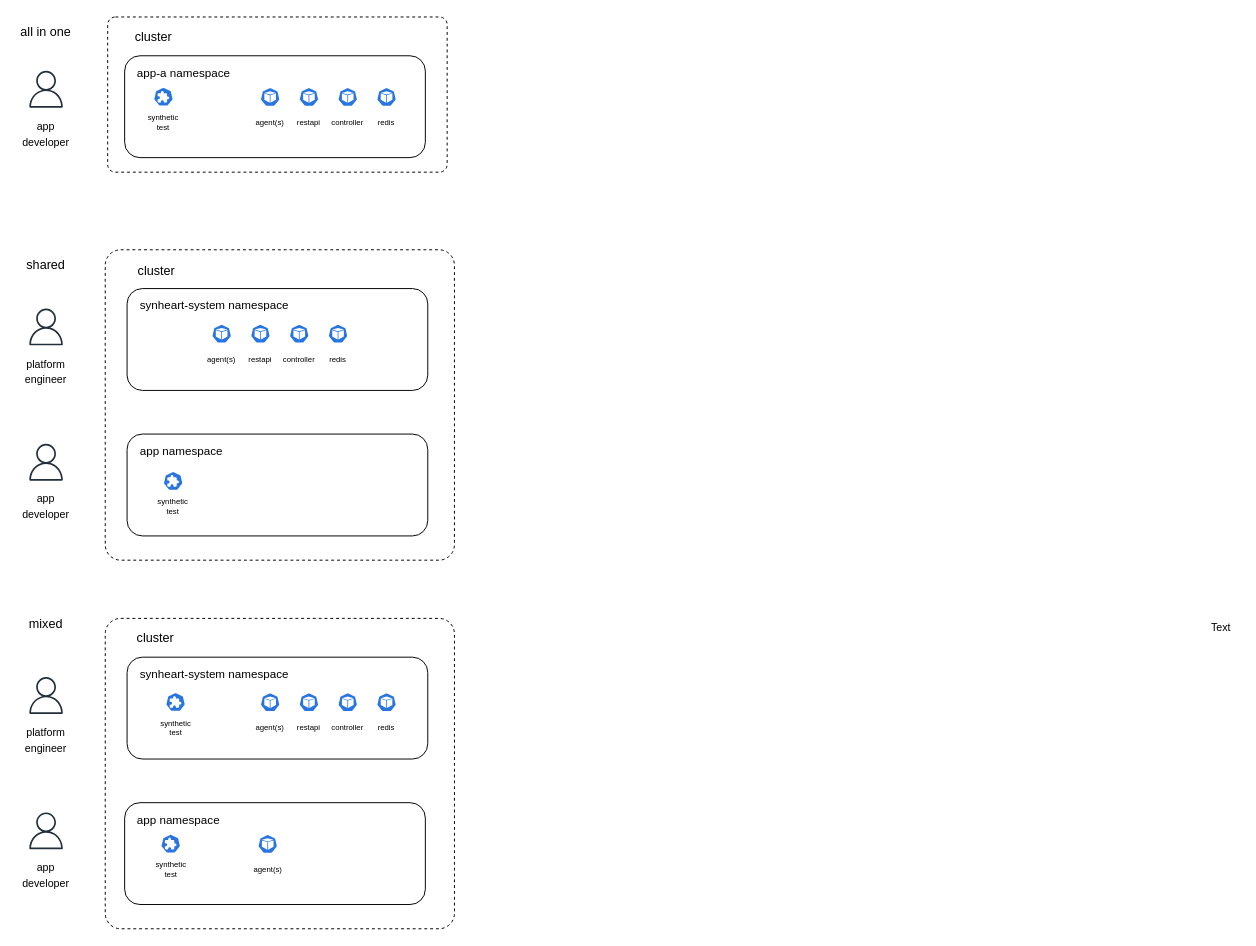
The draw.io diagram docs/synthetic-heart-deploy-use-case.drawio in cisco-open/synthetic-heart, before the edit. Source tidied: cells renumbered, new cells numbered last; positions are measured from the earlier drawing's top-left corner, leaving out a move shared by most shapes. Both pictures are drawn from the tidied source at 97%, with x=0, y=0 at pixel (16, 16).
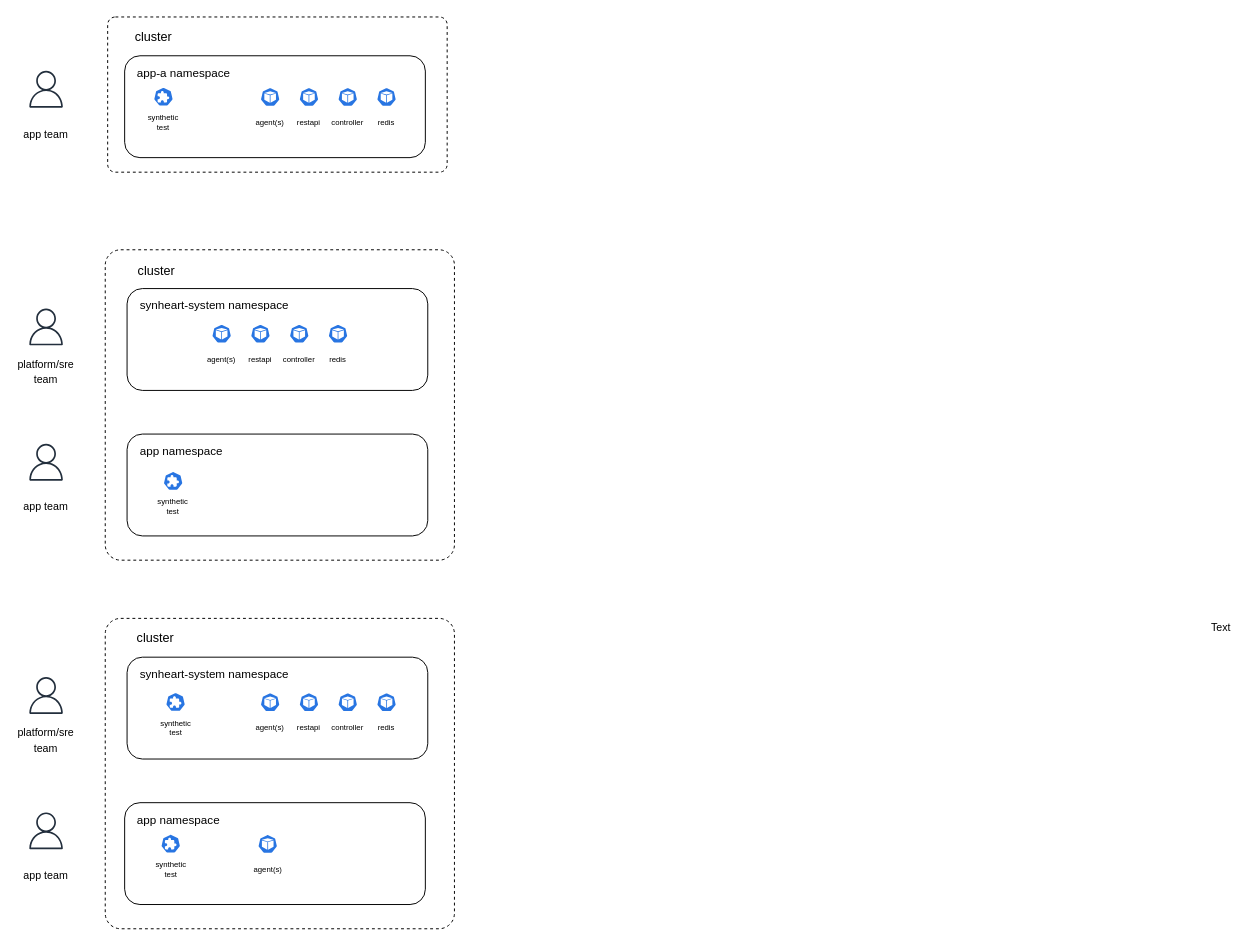
After the change.

Unchanged cells that the change refers to:
```xml
<mxCell id="34" style="group;" parent="1" vertex="1">
  <mxGeometry y="55.5" width="60" height="79" as="geometry" />
</mxCell>
<mxCell id="49" style="group;" parent="1" vertex="1">
  <mxGeometry y="300.5" width="60" height="79" as="geometry" />
</mxCell>
<mxCell id="52" style="group;" parent="1" vertex="1">
  <mxGeometry y="440" width="60" height="79" as="geometry" />
</mxCell>
<mxCell id="73" style="group;" parent="1" vertex="1">
  <mxGeometry y="680.5" width="60" height="79" as="geometry" />
</mxCell>
<mxCell id="76" style="group;" parent="1" vertex="1">
  <mxGeometry y="820" width="60" height="79" as="geometry" />
</mxCell>
```

The edit, as a diff of the source:
```diff
@@
-    <mxCell id="33" value="&lt;font style=&quot;font-size: 13px;&quot;&gt;all in one&lt;/font&gt;" style="text;html=1;strokeColor=none;fillColor=none;align=center;verticalAlign=middle;whiteSpace=wrap;rounded=0;fontSize=8;" parent="1" vertex="1">
-      <mxGeometry width="60" height="30" as="geometry" />
-    </mxCell>
@@
-    <mxCell id="36" value="&lt;font style=&quot;font-size: 11px;&quot;&gt;app developer&lt;/font&gt;" style="text;html=1;strokeColor=none;fillColor=none;align=center;verticalAlign=middle;whiteSpace=wrap;rounded=0;fontSize=13;" parent="34" vertex="1">
+    <mxCell id="36" value="&lt;font style=&quot;font-size: 11px;&quot;&gt;app team&lt;/font&gt;" style="text;html=1;strokeColor=none;fillColor=none;align=center;verticalAlign=middle;whiteSpace=wrap;rounded=0;fontSize=13;" parent="34" vertex="1">
       <mxGeometry y="49" width="60" height="30" as="geometry" />
     </mxCell>
@@
-    <mxCell id="51" value="&lt;font style=&quot;font-size: 11px;&quot;&gt;platform engineer&lt;/font&gt;" style="text;html=1;strokeColor=none;fillColor=none;align=center;verticalAlign=middle;whiteSpace=wrap;rounded=0;fontSize=13;" parent="49" vertex="1">
+    <mxCell id="51" value="&lt;font style=&quot;font-size: 11px;&quot;&gt;platform/sre team&lt;/font&gt;" style="text;html=1;strokeColor=none;fillColor=none;align=center;verticalAlign=middle;whiteSpace=wrap;rounded=0;fontSize=13;" parent="49" vertex="1">
       <mxGeometry y="49" width="60" height="30" as="geometry" />
     </mxCell>
@@
-    <mxCell id="54" value="&lt;font style=&quot;font-size: 11px;&quot;&gt;app developer&lt;/font&gt;" style="text;html=1;strokeColor=none;fillColor=none;align=center;verticalAlign=middle;whiteSpace=wrap;rounded=0;fontSize=13;" parent="52" vertex="1">
+    <mxCell id="54" value="&lt;font style=&quot;font-size: 11px;&quot;&gt;app team&lt;/font&gt;" style="text;html=1;strokeColor=none;fillColor=none;align=center;verticalAlign=middle;whiteSpace=wrap;rounded=0;fontSize=13;" parent="52" vertex="1">
       <mxGeometry y="49" width="60" height="30" as="geometry" />
     </mxCell>
@@
-    <mxCell id="75" value="&lt;font style=&quot;font-size: 11px;&quot;&gt;platform engineer&lt;/font&gt;" style="text;html=1;strokeColor=none;fillColor=none;align=center;verticalAlign=middle;whiteSpace=wrap;rounded=0;fontSize=13;" parent="73" vertex="1">
+    <mxCell id="75" value="&lt;span style=&quot;font-size: 11px;&quot;&gt;platform/sre team&lt;/span&gt;" style="text;html=1;strokeColor=none;fillColor=none;align=center;verticalAlign=middle;whiteSpace=wrap;rounded=0;fontSize=13;" parent="73" vertex="1">
       <mxGeometry y="49" width="60" height="30" as="geometry" />
     </mxCell>
@@
-    <mxCell id="78" value="&lt;font style=&quot;font-size: 11px;&quot;&gt;app developer&lt;/font&gt;" style="text;html=1;strokeColor=none;fillColor=none;align=center;verticalAlign=middle;whiteSpace=wrap;rounded=0;fontSize=13;" parent="76" vertex="1">
+    <mxCell id="78" value="&lt;span style=&quot;font-size: 11px;&quot;&gt;app team&lt;/span&gt;" style="text;html=1;strokeColor=none;fillColor=none;align=center;verticalAlign=middle;whiteSpace=wrap;rounded=0;fontSize=13;" parent="76" vertex="1">
       <mxGeometry y="49" width="60" height="30" as="geometry" />
     </mxCell>
@@
-    <mxCell id="80" value="&lt;font style=&quot;font-size: 13px;&quot;&gt;shared&lt;/font&gt;" style="text;html=1;strokeColor=none;fillColor=none;align=center;verticalAlign=middle;whiteSpace=wrap;rounded=0;fontSize=8;" parent="1" vertex="1">
-      <mxGeometry y="240" width="60" height="30" as="geometry" />
-    </mxCell>
-    <mxCell id="81" value="&lt;font style=&quot;font-size: 13px;&quot;&gt;mixed&lt;/font&gt;" style="text;html=1;strokeColor=none;fillColor=none;align=center;verticalAlign=middle;whiteSpace=wrap;rounded=0;fontSize=8;" parent="1" vertex="1">
-      <mxGeometry y="610" width="60" height="30" as="geometry" />
-    </mxCell>
```
